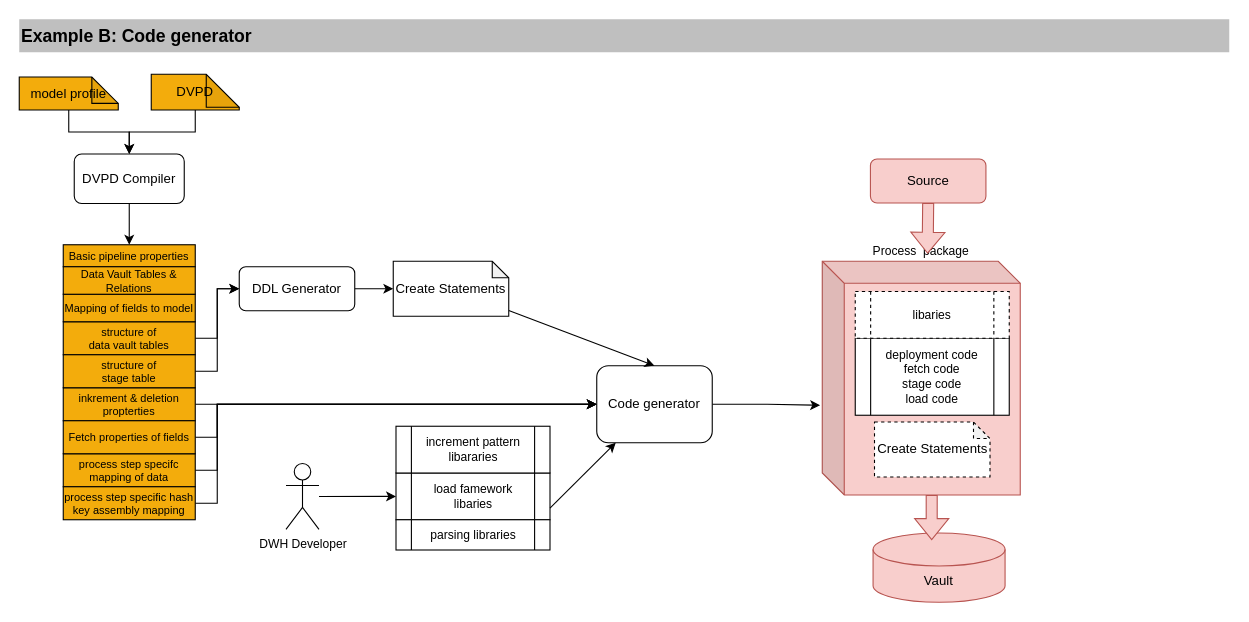
Above: documentation/images/dvdp_based_processing_example_workflow_b.drawio in cimt-ag/data_vault_pipelinedescription (draw.io), before the change. Source tidied: cells renumbered, new cells numbered last; positions are measured from the earlier drawing's top-left corner, leaving out a move shared by most shapes. Both pictures are drawn from the tidied source at 110%, with x=0, y=0 at pixel (19, 19).
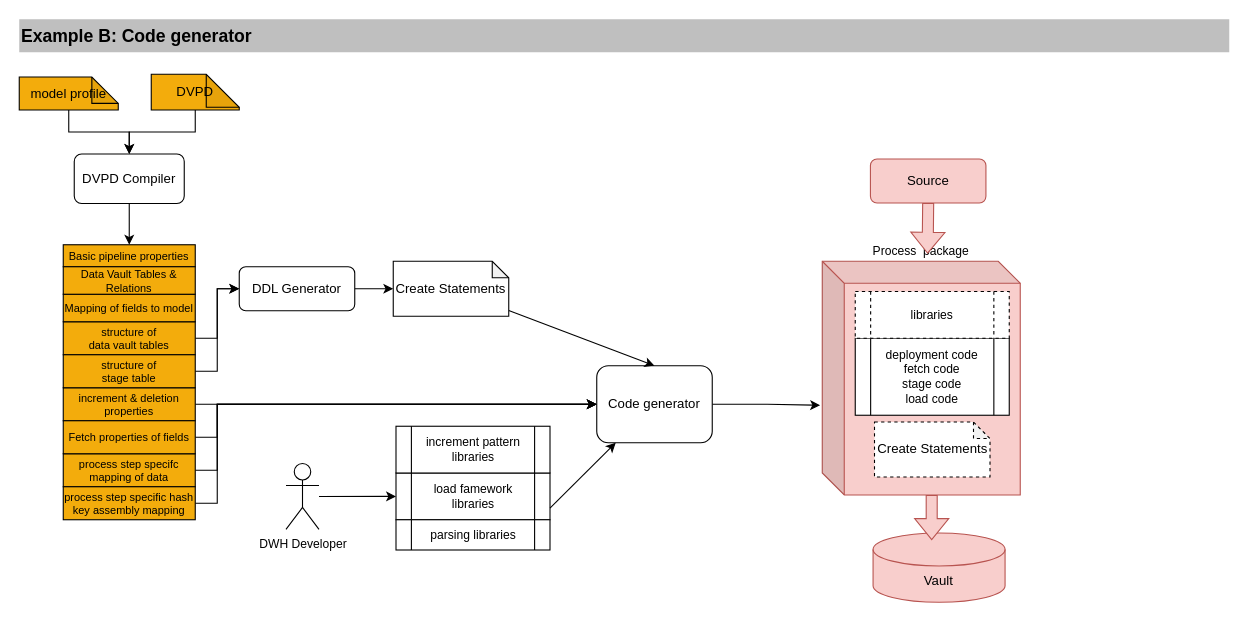
The same page after the edit.

Change to the diagram source:
```diff
@@
-    <mxCell id="12" value="inkrement &amp;amp; deletion propterties" style="rounded=0;whiteSpace=wrap;html=1;fillColor=#F3AC0C;gradientColor=none;fontSize=10;" parent="1" vertex="1">
+    <mxCell id="12" value="increment &amp;amp; deletion properties" style="rounded=0;whiteSpace=wrap;html=1;fillColor=#F3AC0C;gradientColor=none;fontSize=10;" parent="1" vertex="1">
       <mxGeometry x="40" y="335" width="120" height="30" as="geometry" />
     </mxCell>
@@
-    <mxCell id="32" value="libaries" style="shape=process;whiteSpace=wrap;html=1;backgroundOutline=1;fontFamily=Helvetica;fontSize=11;fontColor=default;dashed=1;" parent="1" vertex="1">
+    <mxCell id="32" value="libraries" style="shape=process;whiteSpace=wrap;html=1;backgroundOutline=1;fontFamily=Helvetica;fontSize=11;fontColor=default;dashed=1;" parent="1" vertex="1">
       <mxGeometry x="760" y="247.5" width="140" height="42.5" as="geometry" />
     </mxCell>
@@
-    <mxCell id="36" value="load famework &lt;br&gt;libaries" style="shape=process;whiteSpace=wrap;html=1;backgroundOutline=1;fontFamily=Helvetica;fontSize=11;fontColor=default;" parent="1" vertex="1">
+    <mxCell id="36" value="load famework &lt;br&gt;libraries" style="shape=process;whiteSpace=wrap;html=1;backgroundOutline=1;fontFamily=Helvetica;fontSize=11;fontColor=default;" parent="1" vertex="1">
       <mxGeometry x="342.5" y="412.5" width="140" height="42.5" as="geometry" />
     </mxCell>
@@
-    <mxCell id="40" value="increment pattern libararies" style="shape=process;whiteSpace=wrap;html=1;backgroundOutline=1;fontFamily=Helvetica;fontSize=11;fontColor=default;" parent="1" vertex="1">
+    <mxCell id="40" value="increment pattern libraries" style="shape=process;whiteSpace=wrap;html=1;backgroundOutline=1;fontFamily=Helvetica;fontSize=11;fontColor=default;" parent="1" vertex="1">
       <mxGeometry x="342.5" y="370" width="140" height="42.5" as="geometry" />
     </mxCell>
```
